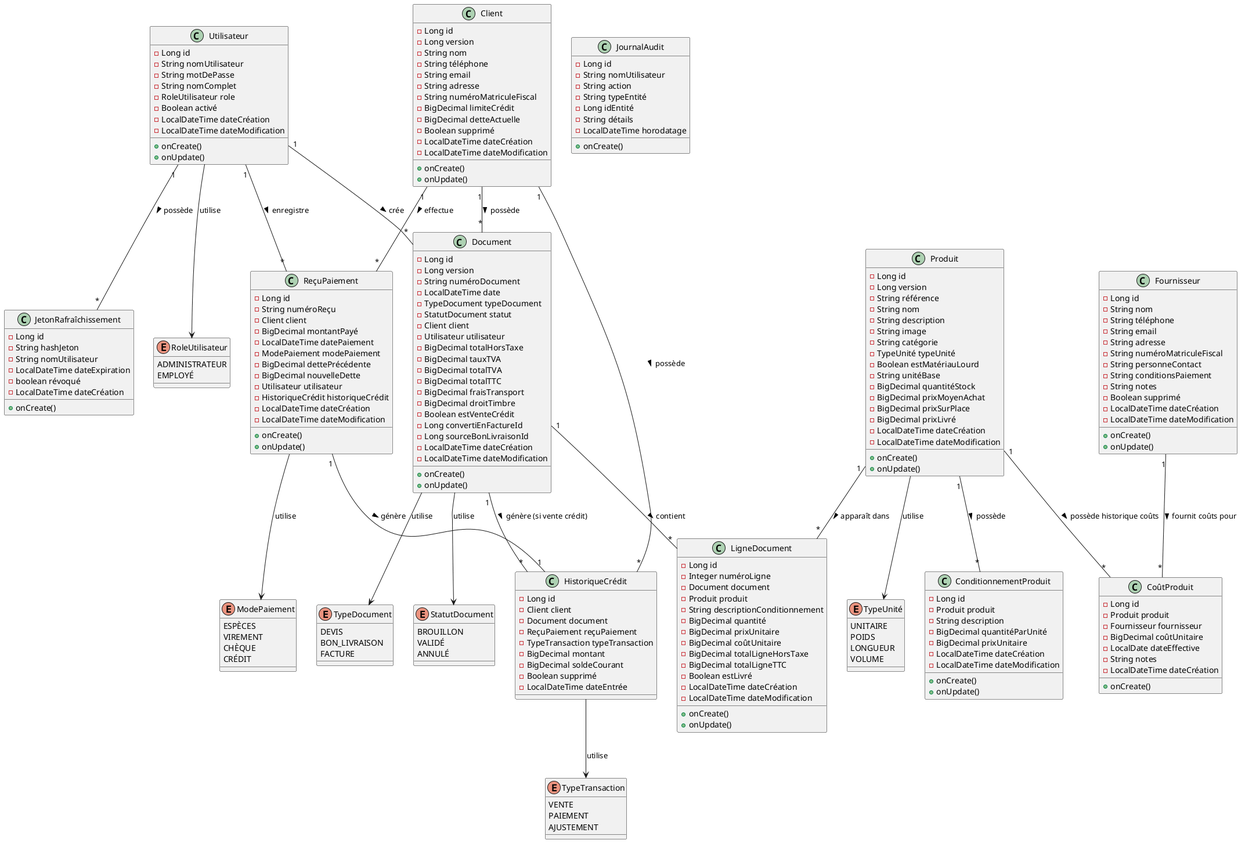
The PlantUML diagram docs/images/Diagramme-Classes-Magasin-Materiaux.png in mAmineChniti/hardware_store, before a commit.
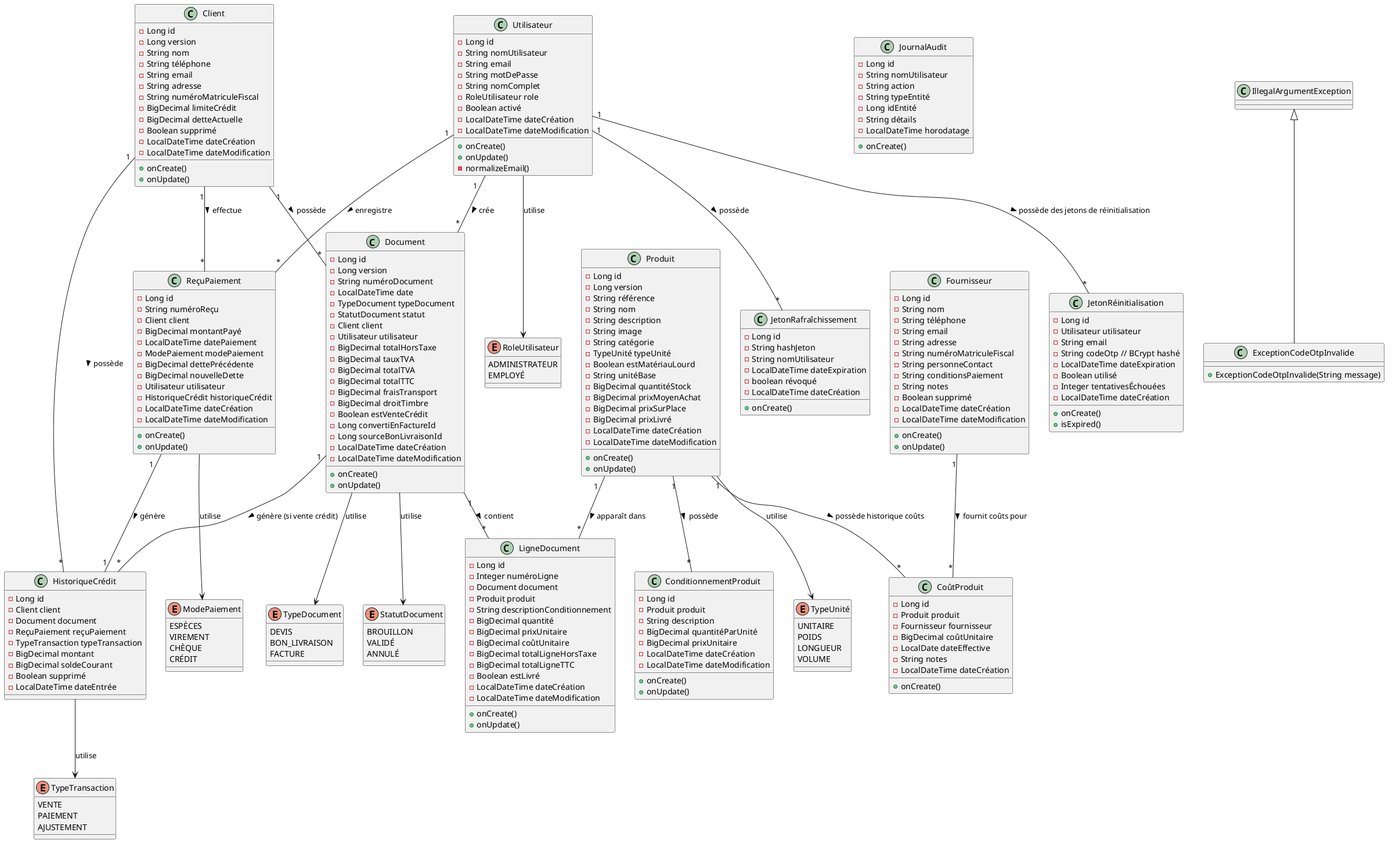
The same diagram one commit later.

Diff of the diagram source:
```diff
@@ -42,6 +42,7 @@
 class Utilisateur {
   - Long id
   - String nomUtilisateur
+  - String email
   - String motDePasse
   - String nomComplet
   - RoleUtilisateur role
@@ -50,6 +51,7 @@
   - LocalDateTime dateModification
   + onCreate()
   + onUpdate()
+  - normalizeEmail()
 }
 
 class Client {
@@ -222,6 +224,23 @@
   + onCreate()
 }
 
+class JetonRéinitialisation {
+  - Long id
+  - Utilisateur utilisateur
+  - String email
+  - String codeOtp // BCrypt hashé
+  - LocalDateTime dateExpiration
+  - Boolean utilisé
+  - Integer tentativesÉchouées
+  - LocalDateTime dateCréation
+  + onCreate()
+  + isExpired()
+}
+
+class ExceptionCodeOtpInvalide extends IllegalArgumentException {
+  + ExceptionCodeOtpInvalide(String message)
+}
+
 
 Utilisateur --> RoleUtilisateur : utilise
 Produit --> TypeUnité : utilise
@@ -233,6 +252,7 @@
 Utilisateur "1" -- "*" Document : crée >
 Utilisateur "1" -- "*" ReçuPaiement : enregistre >
 Utilisateur "1" -- "*" JetonRafraîchissement : possède >
+Utilisateur "1" -- "*" JetonRéinitialisation : possède des jetons de réinitialisation >
 
 Client "1" -- "*" Document : possède >
 Client "1" -- "*" ReçuPaiement : effectue >
```
